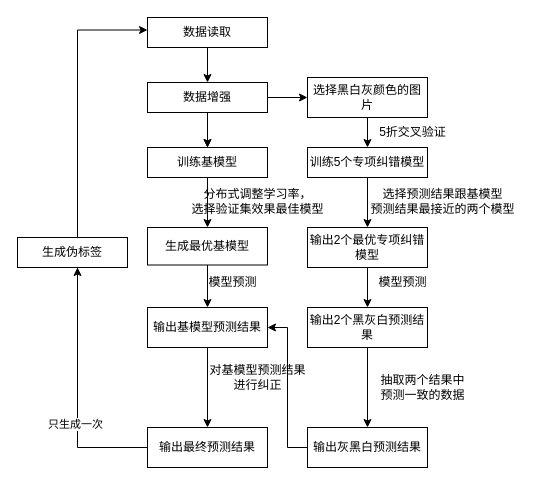
Earlier version of the draw.io diagram 未命名绘图.drawio (jiangyuanyuan1/invention). Source tidied: cells renumbered, new cells numbered last; positions are measured from the earlier drawing's top-left corner, leaving out a move shared by most shapes. Both pictures are drawn from the tidied source at 100%, with x=0, y=0 at pixel (17, 17).
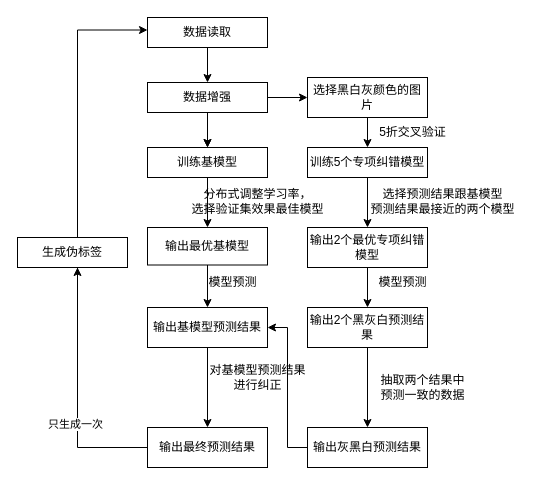
The same diagram, later.

Commit message:
更新未命名绘图.drawio

What changed in the source:
```diff
@@
-    <mxCell id="11" value="生成最优基模型" style="rounded=0;whiteSpace=wrap;html=1;" parent="1" vertex="1">
+    <mxCell id="11" value="输出最优基模型" style="rounded=0;whiteSpace=wrap;html=1;" parent="1" vertex="1">
       <mxGeometry x="130" y="210" width="120" height="37.5" as="geometry" />
     </mxCell>
```
